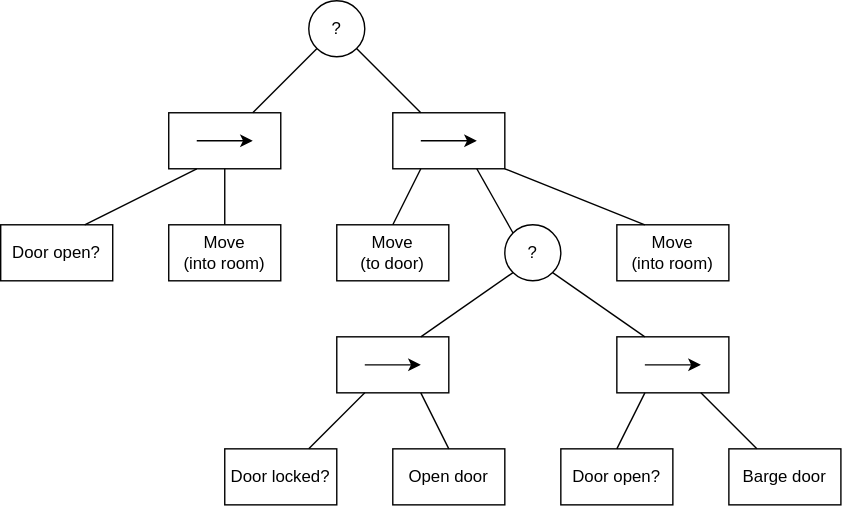
Earlier version of the draw.io export Tree Diagram.svg (dscand/CS455-M2PR3-BehaviorTreesPlus). Source tidied: cells renumbered, new cells last; positions are measured from the earlier drawing's top-left corner, leaving out a move shared by most shapes. The source it was exported from:
```xml
<mxGraphModel>
  <root>
    <mxCell id="0" />
    <mxCell id="1" parent="0" />
    <mxCell id="2" value="?" style="ellipse;whiteSpace=wrap;html=1;" parent="1" vertex="1">
      <mxGeometry x="220" width="40" height="40" as="geometry" />
    </mxCell>
    <mxCell id="3" value="Door open?" style="rounded=0;whiteSpace=wrap;html=1;" parent="1" vertex="1">
      <mxGeometry y="160" width="80" height="40" as="geometry" />
    </mxCell>
    <mxCell id="4" value="Move&lt;div&gt;(into room)&lt;/div&gt;" style="rounded=0;whiteSpace=wrap;html=1;" parent="1" vertex="1">
      <mxGeometry x="120" y="160" width="80" height="40" as="geometry" />
    </mxCell>
    <mxCell id="5" style="group;" parent="1" vertex="1">
      <mxGeometry x="120" y="80" width="80" height="40" as="geometry" />
    </mxCell>
    <mxCell id="6" style="rounded=0;whiteSpace=wrap;html=1;" parent="5" vertex="1">
      <mxGeometry width="80" height="40" as="geometry" />
    </mxCell>
    <mxCell id="7" style="endArrow=classic;html=1;rounded=0;endWidth=12.777777777777777;" parent="5" edge="1">
      <mxGeometry relative="1" as="geometry">
        <mxPoint x="20" y="20" as="sourcePoint" />
        <mxPoint x="60" y="20" as="targetPoint" />
      </mxGeometry>
    </mxCell>
    <mxCell id="8" style="endArrow=none;html=1;rounded=0;entryX=0.25;entryY=1;entryDx=0;entryDy=0;exitX=0.75;exitY=0;exitDx=0;exitDy=0;" parent="1" edge="1" source="3" target="6">
      <mxGeometry relative="1" as="geometry" />
    </mxCell>
    <mxCell id="9" style="endArrow=none;html=1;rounded=0;entryX=0.5;entryY=1;entryDx=0;entryDy=0;exitX=0.5;exitY=0;exitDx=0;exitDy=0;" parent="1" edge="1" source="4" target="6">
      <mxGeometry relative="1" as="geometry" />
    </mxCell>
    <mxCell id="10" style="endArrow=none;html=1;rounded=0;entryX=0;entryY=1;entryDx=0;entryDy=0;exitX=0.75;exitY=0;exitDx=0;exitDy=0;" parent="1" edge="1" source="6" target="2">
      <mxGeometry relative="1" as="geometry" />
    </mxCell>
    <mxCell id="11" style="group;" parent="1" vertex="1">
      <mxGeometry x="280" y="80" width="80" height="40" as="geometry" />
    </mxCell>
    <mxCell id="12" style="rounded=0;whiteSpace=wrap;html=1;" parent="11" vertex="1">
      <mxGeometry width="80" height="40" as="geometry" />
    </mxCell>
    <mxCell id="13" style="endArrow=classic;html=1;rounded=0;endWidth=12.777777777777777;" parent="11" edge="1">
      <mxGeometry relative="1" as="geometry">
        <mxPoint x="20" y="20" as="sourcePoint" />
        <mxPoint x="60" y="20" as="targetPoint" />
      </mxGeometry>
    </mxCell>
    <mxCell id="14" style="endArrow=none;html=1;rounded=0;entryX=1;entryY=1;entryDx=0;entryDy=0;exitX=0.25;exitY=0;exitDx=0;exitDy=0;" parent="1" edge="1" source="12" target="2">
      <mxGeometry relative="1" as="geometry" />
    </mxCell>
    <mxCell id="15" value="Move&lt;div&gt;(to door)&lt;/div&gt;" style="rounded=0;whiteSpace=wrap;html=1;" parent="1" vertex="1">
      <mxGeometry x="240" y="160" width="80" height="40" as="geometry" />
    </mxCell>
    <mxCell id="16" style="rounded=0;jettySize=auto;html=1;exitX=0.25;exitY=1;exitDx=0;exitDy=0;entryX=0.5;entryY=0;entryDx=0;entryDy=0;endArrow=none;endFill=0;" parent="1" edge="1" source="12" target="15">
      <mxGeometry relative="1" as="geometry" />
    </mxCell>
    <mxCell id="17" value="?" style="ellipse;whiteSpace=wrap;html=1;" parent="1" vertex="1">
      <mxGeometry x="360" y="160" width="40" height="40" as="geometry" />
    </mxCell>
    <mxCell id="18" value="Move&lt;div&gt;(into room)&lt;/div&gt;" style="rounded=0;whiteSpace=wrap;html=1;" parent="1" vertex="1">
      <mxGeometry x="440" y="160" width="80" height="40" as="geometry" />
    </mxCell>
    <mxCell id="19" style="rounded=0;jettySize=auto;html=1;exitX=0.75;exitY=1;exitDx=0;exitDy=0;entryX=0;entryY=0;entryDx=0;entryDy=0;endArrow=none;endFill=0;" parent="1" edge="1" source="12" target="17">
      <mxGeometry relative="1" as="geometry" />
    </mxCell>
    <mxCell id="20" style="rounded=0;jettySize=auto;html=1;exitX=1;exitY=1;exitDx=0;exitDy=0;entryX=0.25;entryY=0;entryDx=0;entryDy=0;endArrow=none;endFill=0;" parent="1" edge="1" source="12" target="18">
      <mxGeometry relative="1" as="geometry" />
    </mxCell>
    <mxCell id="21" style="group;" parent="1" vertex="1">
      <mxGeometry x="240" y="240" width="80" height="40" as="geometry" />
    </mxCell>
    <mxCell id="22" style="rounded=0;whiteSpace=wrap;html=1;" parent="21" vertex="1">
      <mxGeometry width="80" height="40" as="geometry" />
    </mxCell>
    <mxCell id="23" style="endArrow=classic;html=1;rounded=0;endWidth=12.777777777777777;" parent="21" edge="1">
      <mxGeometry relative="1" as="geometry">
        <mxPoint x="20" y="20" as="sourcePoint" />
        <mxPoint x="60" y="20" as="targetPoint" />
      </mxGeometry>
    </mxCell>
    <mxCell id="24" style="group;" parent="1" vertex="1">
      <mxGeometry x="440" y="240" width="80" height="40" as="geometry" />
    </mxCell>
    <mxCell id="25" style="rounded=0;whiteSpace=wrap;html=1;" parent="24" vertex="1">
      <mxGeometry width="80" height="40" as="geometry" />
    </mxCell>
    <mxCell id="26" style="endArrow=classic;html=1;rounded=0;endWidth=12.777777777777777;" parent="24" edge="1">
      <mxGeometry relative="1" as="geometry">
        <mxPoint x="20" y="20" as="sourcePoint" />
        <mxPoint x="60" y="20" as="targetPoint" />
      </mxGeometry>
    </mxCell>
    <mxCell id="27" style="rounded=0;jettySize=auto;html=1;exitX=0.75;exitY=0;exitDx=0;exitDy=0;entryX=0;entryY=1;entryDx=0;entryDy=0;endArrow=none;endFill=0;" parent="1" edge="1" source="22" target="17">
      <mxGeometry relative="1" as="geometry" />
    </mxCell>
    <mxCell id="28" style="rounded=0;jettySize=auto;html=1;exitX=0.25;exitY=0;exitDx=0;exitDy=0;entryX=1;entryY=1;entryDx=0;entryDy=0;endArrow=none;endFill=0;" parent="1" edge="1" source="25" target="17">
      <mxGeometry relative="1" as="geometry" />
    </mxCell>
    <mxCell id="29" value="Open door" style="rounded=0;whiteSpace=wrap;html=1;" parent="1" vertex="1">
      <mxGeometry x="280" y="320" width="80" height="40" as="geometry" />
    </mxCell>
    <mxCell id="30" value="Door locked?" style="rounded=0;whiteSpace=wrap;html=1;" parent="1" vertex="1">
      <mxGeometry x="160" y="320" width="80" height="40" as="geometry" />
    </mxCell>
    <mxCell id="31" value="Door open?" style="rounded=0;whiteSpace=wrap;html=1;" parent="1" vertex="1">
      <mxGeometry x="400" y="320" width="80" height="40" as="geometry" />
    </mxCell>
    <mxCell id="32" value="Barge door" style="rounded=0;whiteSpace=wrap;html=1;" parent="1" vertex="1">
      <mxGeometry x="520" y="320" width="80" height="40" as="geometry" />
    </mxCell>
    <mxCell id="33" style="rounded=0;jettySize=auto;html=1;exitX=0.5;exitY=0;exitDx=0;exitDy=0;entryX=0.75;entryY=1;entryDx=0;entryDy=0;endArrow=none;endFill=0;" parent="1" edge="1" source="29" target="22">
      <mxGeometry relative="1" as="geometry" />
    </mxCell>
    <mxCell id="34" style="rounded=0;jettySize=auto;html=1;exitX=0.75;exitY=0;exitDx=0;exitDy=0;entryX=0.25;entryY=1;entryDx=0;entryDy=0;endArrow=none;endFill=0;" parent="1" edge="1" source="30" target="22">
      <mxGeometry relative="1" as="geometry" />
    </mxCell>
    <mxCell id="35" style="rounded=0;jettySize=auto;html=1;exitX=0.5;exitY=0;exitDx=0;exitDy=0;entryX=0.25;entryY=1;entryDx=0;entryDy=0;endArrow=none;endFill=0;" parent="1" edge="1" source="31" target="25">
      <mxGeometry relative="1" as="geometry" />
    </mxCell>
    <mxCell id="36" style="rounded=0;jettySize=auto;html=1;exitX=0.25;exitY=0;exitDx=0;exitDy=0;entryX=0.75;entryY=1;entryDx=0;entryDy=0;endArrow=none;endFill=0;" parent="1" edge="1" source="32" target="25">
      <mxGeometry relative="1" as="geometry" />
    </mxCell>
  </root>
</mxGraphModel>
```
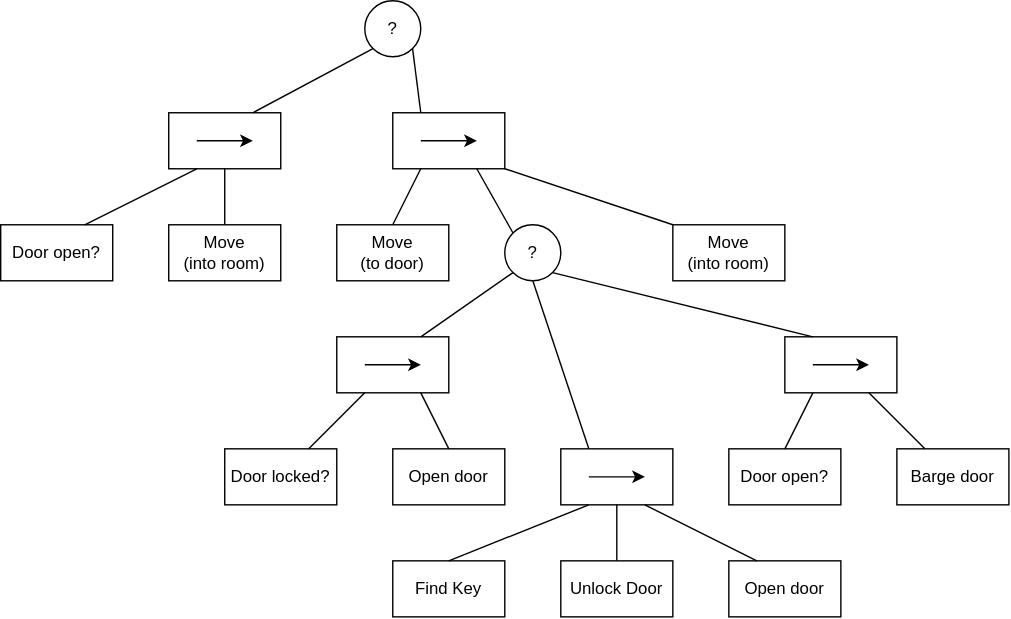
The same diagram one commit later.

Diff of the diagram source:
```diff
@@ -3,7 +3,7 @@
     <mxCell id="0" />
     <mxCell id="1" parent="0" />
     <mxCell id="2" value="?" style="ellipse;whiteSpace=wrap;html=1;" parent="1" vertex="1">
-      <mxGeometry x="220" width="40" height="40" as="geometry" />
+      <mxGeometry x="260" width="40" height="40" as="geometry" />
     </mxCell>
     <mxCell id="3" value="Door open?" style="rounded=0;whiteSpace=wrap;html=1;" parent="1" vertex="1">
       <mxGeometry y="160" width="80" height="40" as="geometry" />
@@ -57,12 +57,12 @@
       <mxGeometry x="360" y="160" width="40" height="40" as="geometry" />
     </mxCell>
     <mxCell id="18" value="Move&lt;div&gt;(into room)&lt;/div&gt;" style="rounded=0;whiteSpace=wrap;html=1;" parent="1" vertex="1">
-      <mxGeometry x="440" y="160" width="80" height="40" as="geometry" />
+      <mxGeometry x="480" y="160" width="80" height="40" as="geometry" />
     </mxCell>
     <mxCell id="19" style="rounded=0;jettySize=auto;html=1;exitX=0.75;exitY=1;exitDx=0;exitDy=0;entryX=0;entryY=0;entryDx=0;entryDy=0;endArrow=none;endFill=0;" parent="1" edge="1" source="12" target="17">
       <mxGeometry relative="1" as="geometry" />
     </mxCell>
-    <mxCell id="20" style="rounded=0;jettySize=auto;html=1;exitX=1;exitY=1;exitDx=0;exitDy=0;entryX=0.25;entryY=0;entryDx=0;entryDy=0;endArrow=none;endFill=0;" parent="1" edge="1" source="12" target="18">
+    <mxCell id="20" style="rounded=0;jettySize=auto;html=1;exitX=1;exitY=1;exitDx=0;exitDy=0;entryX=0;entryY=0;entryDx=0;entryDy=0;endArrow=none;endFill=0;" parent="1" edge="1" source="12" target="18">
       <mxGeometry relative="1" as="geometry" />
     </mxCell>
     <mxCell id="21" style="group;" parent="1" vertex="1">
@@ -78,7 +78,7 @@
       </mxGeometry>
     </mxCell>
     <mxCell id="24" style="group;" parent="1" vertex="1">
-      <mxGeometry x="440" y="240" width="80" height="40" as="geometry" />
+      <mxGeometry x="560" y="240" width="80" height="40" as="geometry" />
     </mxCell>
     <mxCell id="25" style="rounded=0;whiteSpace=wrap;html=1;" parent="24" vertex="1">
       <mxGeometry width="80" height="40" as="geometry" />
@@ -102,10 +102,10 @@
       <mxGeometry x="160" y="320" width="80" height="40" as="geometry" />
     </mxCell>
     <mxCell id="31" value="Door open?" style="rounded=0;whiteSpace=wrap;html=1;" parent="1" vertex="1">
-      <mxGeometry x="400" y="320" width="80" height="40" as="geometry" />
+      <mxGeometry x="520" y="320" width="80" height="40" as="geometry" />
     </mxCell>
     <mxCell id="32" value="Barge door" style="rounded=0;whiteSpace=wrap;html=1;" parent="1" vertex="1">
-      <mxGeometry x="520" y="320" width="80" height="40" as="geometry" />
+      <mxGeometry x="640" y="320" width="80" height="40" as="geometry" />
     </mxCell>
     <mxCell id="33" style="rounded=0;jettySize=auto;html=1;exitX=0.5;exitY=0;exitDx=0;exitDy=0;entryX=0.75;entryY=1;entryDx=0;entryDy=0;endArrow=none;endFill=0;" parent="1" edge="1" source="29" target="22">
       <mxGeometry relative="1" as="geometry" />
@@ -119,5 +119,38 @@
     <mxCell id="36" style="rounded=0;jettySize=auto;html=1;exitX=0.25;exitY=0;exitDx=0;exitDy=0;entryX=0.75;entryY=1;entryDx=0;entryDy=0;endArrow=none;endFill=0;" parent="1" edge="1" source="32" target="25">
       <mxGeometry relative="1" as="geometry" />
     </mxCell>
+    <mxCell id="37" style="group;" parent="1" vertex="1">
+      <mxGeometry x="400" y="320" width="80" height="40" as="geometry" />
+    </mxCell>
+    <mxCell id="38" style="rounded=0;whiteSpace=wrap;html=1;" parent="37" vertex="1">
+      <mxGeometry width="80" height="40" as="geometry" />
+    </mxCell>
+    <mxCell id="39" style="endArrow=classic;html=1;rounded=0;endWidth=12.777777777777777;" parent="37" edge="1">
+      <mxGeometry relative="1" as="geometry">
+        <mxPoint x="20" y="20" as="sourcePoint" />
+        <mxPoint x="60" y="20" as="targetPoint" />
+      </mxGeometry>
+    </mxCell>
+    <mxCell id="40" style="rounded=0;jettySize=auto;html=1;exitX=0.25;exitY=0;exitDx=0;exitDy=0;entryX=0.5;entryY=1;entryDx=0;entryDy=0;endArrow=none;endFill=0;" parent="1" edge="1" source="38" target="17">
+      <mxGeometry relative="1" as="geometry" />
+    </mxCell>
+    <mxCell id="41" value="Find Key" style="rounded=0;whiteSpace=wrap;html=1;" parent="1" vertex="1">
+      <mxGeometry x="280" y="400" width="80" height="40" as="geometry" />
+    </mxCell>
+    <mxCell id="42" style="rounded=0;jettySize=auto;html=1;exitX=0.25;exitY=1;exitDx=0;exitDy=0;entryX=0.5;entryY=0;entryDx=0;entryDy=0;endArrow=none;endFill=0;" parent="1" edge="1" source="38" target="41">
+      <mxGeometry relative="1" as="geometry" />
+    </mxCell>
+    <mxCell id="43" value="Open door" style="rounded=0;whiteSpace=wrap;html=1;" parent="1" vertex="1">
+      <mxGeometry x="520" y="400" width="80" height="40" as="geometry" />
+    </mxCell>
+    <mxCell id="44" value="Unlock Door" style="rounded=0;whiteSpace=wrap;html=1;" parent="1" vertex="1">
+      <mxGeometry x="400" y="400" width="80" height="40" as="geometry" />
+    </mxCell>
+    <mxCell id="45" style="rounded=0;jettySize=auto;html=1;exitX=0.75;exitY=1;exitDx=0;exitDy=0;entryX=0.25;entryY=0;entryDx=0;entryDy=0;endArrow=none;endFill=0;" parent="1" edge="1" source="38" target="43">
+      <mxGeometry relative="1" as="geometry" />
+    </mxCell>
+    <mxCell id="46" style="rounded=0;jettySize=auto;html=1;exitX=0.5;exitY=1;exitDx=0;exitDy=0;entryX=0.5;entryY=0;entryDx=0;entryDy=0;endArrow=none;endFill=0;" parent="1" edge="1" source="38" target="44">
+      <mxGeometry relative="1" as="geometry" />
+    </mxCell>
   </root>
 </mxGraphModel>
```
